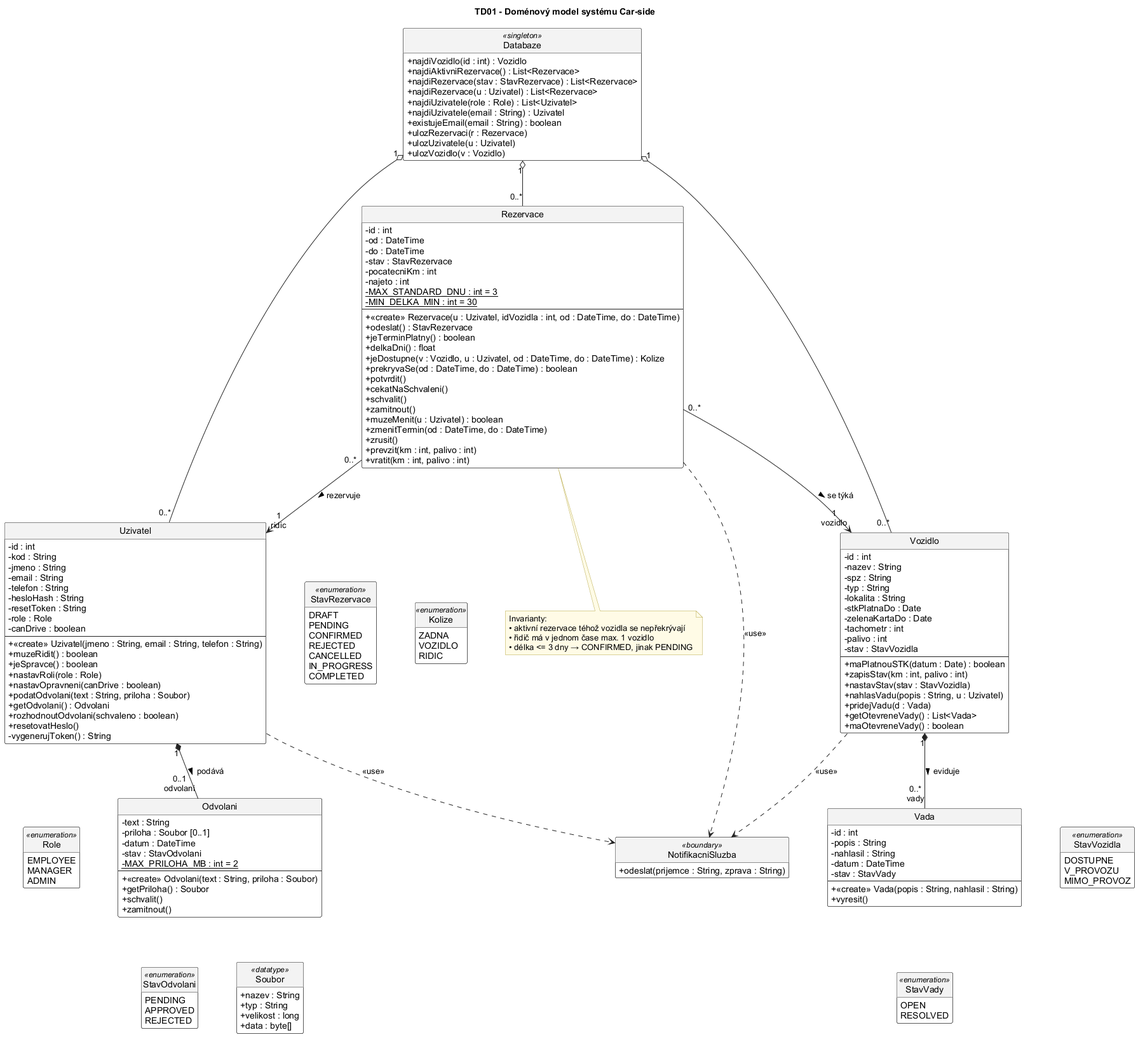
Before: diagrams/tridni_diagramy/png/TD01_DomenovyModel.png, a diagram exported from PlantUML (Sosto1/Car-side). The source it was exported from:
```plantuml
@startuml TD01_DomenovyModel
skinparam defaultFontName Arial
skinparam shadowing false
skinparam classAttributeIconSize 0
skinparam ArrowColor #222222
skinparam ClassBackgroundColor #FFFFFF
skinparam ClassBorderColor #222222
skinparam ClassHeaderBackgroundColor #F3F3F3
skinparam StereotypeFontSize 11
skinparam NoteBackgroundColor #FFFBE6
skinparam NoteBorderColor #B5A642
skinparam nodesep 60
skinparam ranksep 70
hide circle
hide empty members

title TD01 - Doménový model systému Car-side


class Rezervace {
  - id : int
  - od : DateTime
  - do : DateTime
  - stav : StavRezervace
  - pocatecniKm : int
  - najeto : int
  - {static} MAX_STANDARD_DNU : int = 3
  - {static} MIN_DELKA_MIN : int = 30
  --
  + «create» Rezervace(u : Uzivatel, idVozidla : int, od : DateTime, do : DateTime)
  + odeslat() : StavRezervace
  + jeTerminPlatny() : boolean
  + delkaDni() : float
  + jeDostupne(v : Vozidlo, u : Uzivatel, od : DateTime, do : DateTime) : Kolize
  + prekryvaSe(od : DateTime, do : DateTime) : boolean
  + potvrdit()
  + cekatNaSchvaleni()
  + schvalit()
  + zamitnout()
  + muzeMenit(u : Uzivatel) : boolean
  + zmenitTermin(od : DateTime, do : DateTime)
  + zrusit()
  + prevzit(km : int, palivo : int)
  + vratit(km : int, palivo : int)
}

class Uzivatel {
  - id : int
  - kod : String
  - jmeno : String
  - email : String
  - telefon : String
  - hesloHash : String
  - resetToken : String
  - role : Role
  - canDrive : boolean
  --
  + «create» Uzivatel(jmeno : String, email : String, telefon : String)
  + muzeRidit() : boolean
  + jeSpravce() : boolean
  + nastavRoli(role : Role)
  + nastavOpravneni(canDrive : boolean)
  + podatOdvolani(text : String, priloha : Soubor)
  + getOdvolani() : Odvolani
  + rozhodnoutOdvolani(schvaleno : boolean)
  + resetovatHeslo()
  - vygenerujToken() : String
}

class Vozidlo {
  - id : int
  - nazev : String
  - spz : String
  - typ : String
  - lokalita : String
  - stkPlatnaDo : Date
  - zelenaKartaDo : Date
  - tachometr : int
  - palivo : int
  - stav : StavVozidla
  --
  + maPlatnouSTK(datum : Date) : boolean
  + zapisStav(km : int, palivo : int)
  + nastavStav(stav : StavVozidla)
  + nahlasVadu(popis : String, u : Uzivatel)
  + pridejVadu(d : Vada)
  + getOtevreneVady() : List<Vada>
  + maOtevreneVady() : boolean
}

class Vada {
  - id : int
  - popis : String
  - nahlasil : String
  - datum : DateTime
  - stav : StavVady
  --
  + «create» Vada(popis : String, nahlasil : String)
  + vyresit()
}

class Odvolani {
  - text : String
  - priloha : Soubor [0..1]
  - datum : DateTime
  - stav : StavOdvolani
  - {static} MAX_PRILOHA_MB : int = 2
  --
  + «create» Odvolani(text : String, priloha : Soubor)
  + getPriloha() : Soubor
  + schvalit()
  + zamitnout()
}

class Databaze <<singleton>> {
  + najdiVozidlo(id : int) : Vozidlo
  + najdiAktivniRezervace() : List<Rezervace>
  + najdiRezervace(stav : StavRezervace) : List<Rezervace>
  + najdiRezervace(u : Uzivatel) : List<Rezervace>
  + najdiUzivatele(role : Role) : List<Uzivatel>
  + najdiUzivatele(email : String) : Uzivatel
  + existujeEmail(email : String) : boolean
  + ulozRezervaci(r : Rezervace)
  + ulozUzivatele(u : Uzivatel)
  + ulozVozidlo(v : Vozidlo)
}

class NotifikacniSluzba <<boundary>> {
  + odeslat(prijemce : String, zprava : String)
}

class Soubor <<datatype>> {
  + nazev : String
  + typ : String
  + velikost : long
  + data : byte[]
}


enum StavRezervace <<enumeration>> {
  DRAFT
  PENDING
  CONFIRMED
  REJECTED
  CANCELLED
  IN_PROGRESS
  COMPLETED
}

enum Kolize <<enumeration>> {
  ZADNA
  VOZIDLO
  RIDIC
}

enum Role <<enumeration>> {
  EMPLOYEE
  MANAGER
  ADMIN
}

enum StavVozidla <<enumeration>> {
  DOSTUPNE
  V_PROVOZU
  MIMO_PROVOZ
}

enum StavVady <<enumeration>> {
  OPEN
  RESOLVED
}

enum StavOdvolani <<enumeration>> {
  PENDING
  APPROVED
  REJECTED
}


Rezervace "0..*" --> "1\nridic" Uzivatel : rezervuje >
Rezervace "0..*" --> "1\nvozidlo" Vozidlo : se týká >

Vozidlo "1" *-- "0..*\nvady" Vada : eviduje >
Uzivatel "1" *-- "0..1\nodvolani" Odvolani : podává >

Databaze "1" o-- "0..*" Uzivatel
Databaze "1" o-- "0..*" Vozidlo
Databaze "1" o-- "0..*" Rezervace

Rezervace ..> NotifikacniSluzba : <<use>>
Uzivatel ..> NotifikacniSluzba : <<use>>
Vozidlo ..> NotifikacniSluzba : <<use>>

Odvolani -[hidden]- Soubor

Rezervace -[hidden]- StavRezervace
Rezervace -[hidden]- Kolize
Uzivatel -[hidden]- Role
Vozidlo -[hidden]- StavVozidla
Vada -[hidden]- StavVady
Odvolani -[hidden]- StavOdvolani

note bottom of Rezervace
  Invarianty:
  • aktivní rezervace téhož vozidla se nepřekrývají
  • řidič má v jednom čase max. 1 vozidlo
  • délka <= 3 dny → CONFIRMED, jinak PENDING
end note

@enduml
```
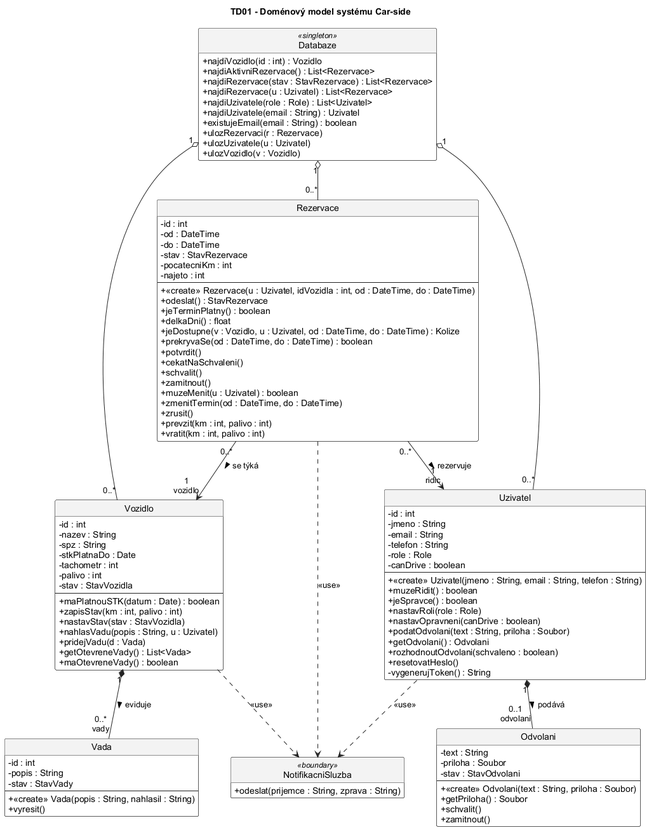
The same diagram one commit later.

The edit, as a diff of the source:
```diff
@@ -9,8 +9,8 @@
 skinparam StereotypeFontSize 11
 skinparam NoteBackgroundColor #FFFBE6
 skinparam NoteBorderColor #B5A642
-skinparam nodesep 60
-skinparam ranksep 70
+skinparam nodesep 50
+skinparam ranksep 60
 hide circle
 hide empty members
 
@@ -24,8 +24,6 @@
   - stav : StavRezervace
   - pocatecniKm : int
   - najeto : int
-  - {static} MAX_STANDARD_DNU : int = 3
-  - {static} MIN_DELKA_MIN : int = 30
   --
   + «create» Rezervace(u : Uzivatel, idVozidla : int, od : DateTime, do : DateTime)
   + odeslat() : StavRezervace
@@ -46,12 +44,9 @@
 
 class Uzivatel {
   - id : int
-  - kod : String
   - jmeno : String
   - email : String
   - telefon : String
-  - hesloHash : String
-  - resetToken : String
   - role : Role
   - canDrive : boolean
   --
@@ -71,10 +66,7 @@
   - id : int
   - nazev : String
   - spz : String
-  - typ : String
-  - lokalita : String
   - stkPlatnaDo : Date
-  - zelenaKartaDo : Date
   - tachometr : int
   - palivo : int
   - stav : StavVozidla
@@ -91,8 +83,6 @@
 class Vada {
   - id : int
   - popis : String
-  - nahlasil : String
-  - datum : DateTime
   - stav : StavVady
   --
   + «create» Vada(popis : String, nahlasil : String)
@@ -101,10 +91,8 @@
 
 class Odvolani {
   - text : String
-  - priloha : Soubor [0..1]
-  - datum : DateTime
+  - priloha : Soubor
   - stav : StavOdvolani
-  - {static} MAX_PRILOHA_MB : int = 2
   --
   + «create» Odvolani(text : String, priloha : Soubor)
   + getPriloha() : Soubor
@@ -129,53 +117,6 @@
   + odeslat(prijemce : String, zprava : String)
 }
 
-class Soubor <<datatype>> {
-  + nazev : String
-  + typ : String
-  + velikost : long
-  + data : byte[]
-}
-
-
-enum StavRezervace <<enumeration>> {
-  DRAFT
-  PENDING
-  CONFIRMED
-  REJECTED
-  CANCELLED
-  IN_PROGRESS
-  COMPLETED
-}
-
-enum Kolize <<enumeration>> {
-  ZADNA
-  VOZIDLO
-  RIDIC
-}
-
-enum Role <<enumeration>> {
-  EMPLOYEE
-  MANAGER
-  ADMIN
-}
-
-enum StavVozidla <<enumeration>> {
-  DOSTUPNE
-  V_PROVOZU
-  MIMO_PROVOZ
-}
-
-enum StavVady <<enumeration>> {
-  OPEN
-  RESOLVED
-}
-
-enum StavOdvolani <<enumeration>> {
-  PENDING
-  APPROVED
-  REJECTED
-}
-
 
 Rezervace "0..*" --> "1\nridic" Uzivatel : rezervuje >
 Rezervace "0..*" --> "1\nvozidlo" Vozidlo : se týká >
@@ -191,20 +132,4 @@
 Uzivatel ..> NotifikacniSluzba : <<use>>
 Vozidlo ..> NotifikacniSluzba : <<use>>
 
-Odvolani -[hidden]- Soubor
-
-Rezervace -[hidden]- StavRezervace
-Rezervace -[hidden]- Kolize
-Uzivatel -[hidden]- Role
-Vozidlo -[hidden]- StavVozidla
-Vada -[hidden]- StavVady
-Odvolani -[hidden]- StavOdvolani
-
-note bottom of Rezervace
-  Invarianty:
-  • aktivní rezervace téhož vozidla se nepřekrývají
-  • řidič má v jednom čase max. 1 vozidlo
-  • délka <= 3 dny → CONFIRMED, jinak PENDING
-end note
-
 @enduml
```
